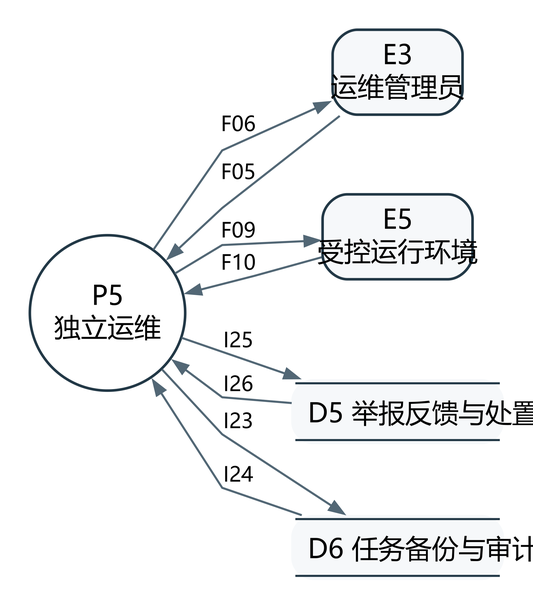
Earlier version of the Graphviz export docs/project/models/图表与模型/DFD03.png (jason-bitc/HZCU-CampusHub). Its source is kept beside it as docs/project/models/图表与模型/DFD03.dot.
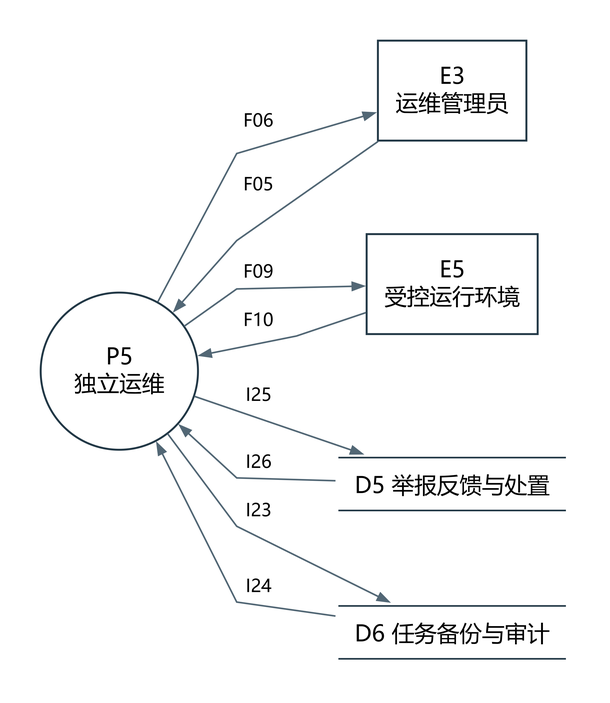
The same file after the commit.

What changed in the source:
```diff
@@ -1,18 +1,18 @@
 digraph G {
-graph [rankdir=LR,nodesep=0.30,ranksep=0.48,bgcolor="white",splines=polyline,pad=0.20];
-node [fontname="Microsoft YaHei",fontsize=13,color="#223846",penwidth=1.25,margin="0.10,0.07",style="rounded,filled",fillcolor="#F6F8FA"];
-edge [fontname="Microsoft YaHei",fontsize=10,color="#526775",arrowsize=0.7];
-"P5" [shape=circle,label="P5\n独立运维",style="filled",fillcolor="white"];
-"E3" [shape=box,label="E3\n运维管理员"];
-"E5" [shape=box,label="E5\n受控运行环境"];
-"D5" [shape=plain,label=<<TABLE BORDER="0" CELLBORDER="0" CELLPADDING="5"><TR><TD BORDER="1" SIDES="TB">D5 举报反馈与处置</TD></TR></TABLE>>];
-"D6" [shape=plain,label=<<TABLE BORDER="0" CELLBORDER="0" CELLPADDING="5"><TR><TD BORDER="1" SIDES="TB">D6 任务备份与审计</TD></TR></TABLE>>];
-"E3" -> "P5" [label="F05"];
-"P5" -> "E3" [label="F06"];
-"P5" -> "E5" [label="F09"];
-"E5" -> "P5" [label="F10"];
-"P5" -> "D6" [label="I23"];
-"D6" -> "P5" [label="I24"];
-"P5" -> "D5" [label="I25"];
-"D5" -> "P5" [label="I26"];
+graph [rankdir=LR,nodesep=0.45,ranksep=0.65,bgcolor="white",splines=polyline,pad=0.35];
+node [fontname="Microsoft YaHei",fontsize=14,color="#223846",penwidth=1.2,margin="0.12,0.10",fillcolor="white",style="filled"];
+edge [fontname="Microsoft YaHei",fontsize=11,color="#526775",arrowsize=0.7];
+"P5" [shape=circle,label="P5\n独立运维",width=1.354,height=1.354];
+"E3" [shape=box,label="E3\n运维管理员",width=1.278,height=0.861];
+"E5" [shape=box,label="E5\n受控运行环境",width=1.472,height=0.861];
+"D5" [shape=plain,label=<<TABLE BORDER="0" CELLBORDER="0" CELLPADDING="7" WIDTH="145"><TR><TD BORDER="1" SIDES="TB"><FONT FACE="Microsoft YaHei" POINT-SIZE="14">D5 举报反馈与处置</FONT></TD></TR></TABLE>>];
+"D6" [shape=plain,label=<<TABLE BORDER="0" CELLBORDER="0" CELLPADDING="7" WIDTH="145"><TR><TD BORDER="1" SIDES="TB"><FONT FACE="Microsoft YaHei" POINT-SIZE="14">D6 任务备份与审计</FONT></TD></TR></TABLE>>];
+"E3" -> "P5" [label=<<TABLE BORDER="0" CELLBORDER="0" CELLPADDING="2" WIDTH="37"><TR><TD><FONT FACE="Microsoft YaHei" POINT-SIZE="11">F05</FONT></TD></TR></TABLE>>];
+"P5" -> "E3" [label=<<TABLE BORDER="0" CELLBORDER="0" CELLPADDING="2" WIDTH="37"><TR><TD><FONT FACE="Microsoft YaHei" POINT-SIZE="11">F06</FONT></TD></TR></TABLE>>];
+"P5" -> "E5" [label=<<TABLE BORDER="0" CELLBORDER="0" CELLPADDING="2" WIDTH="37"><TR><TD><FONT FACE="Microsoft YaHei" POINT-SIZE="11">F09</FONT></TD></TR></TABLE>>];
+"E5" -> "P5" [label=<<TABLE BORDER="0" CELLBORDER="0" CELLPADDING="2" WIDTH="37"><TR><TD><FONT FACE="Microsoft YaHei" POINT-SIZE="11">F10</FONT></TD></TR></TABLE>>];
+"P5" -> "D6" [label=<<TABLE BORDER="0" CELLBORDER="0" CELLPADDING="2" WIDTH="34"><TR><TD><FONT FACE="Microsoft YaHei" POINT-SIZE="11">I23</FONT></TD></TR></TABLE>>];
+"D6" -> "P5" [label=<<TABLE BORDER="0" CELLBORDER="0" CELLPADDING="2" WIDTH="34"><TR><TD><FONT FACE="Microsoft YaHei" POINT-SIZE="11">I24</FONT></TD></TR></TABLE>>];
+"P5" -> "D5" [label=<<TABLE BORDER="0" CELLBORDER="0" CELLPADDING="2" WIDTH="34"><TR><TD><FONT FACE="Microsoft YaHei" POINT-SIZE="11">I25</FONT></TD></TR></TABLE>>];
+"D5" -> "P5" [label=<<TABLE BORDER="0" CELLBORDER="0" CELLPADDING="2" WIDTH="34"><TR><TD><FONT FACE="Microsoft YaHei" POINT-SIZE="11">I26</FONT></TD></TR></TABLE>>];
 }
```
